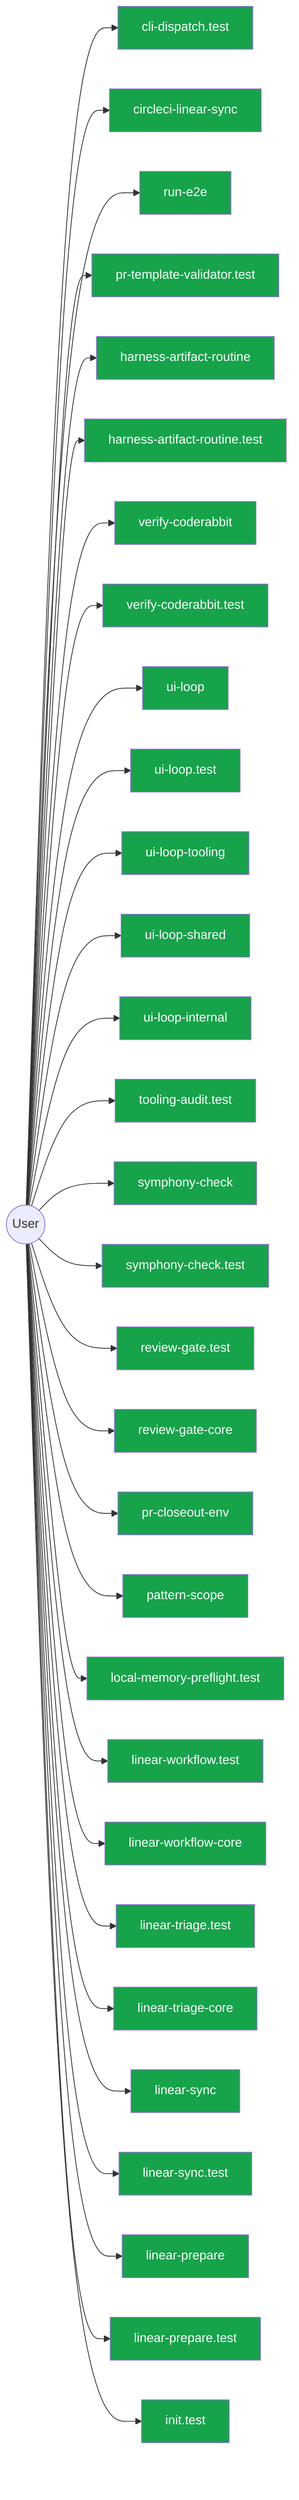
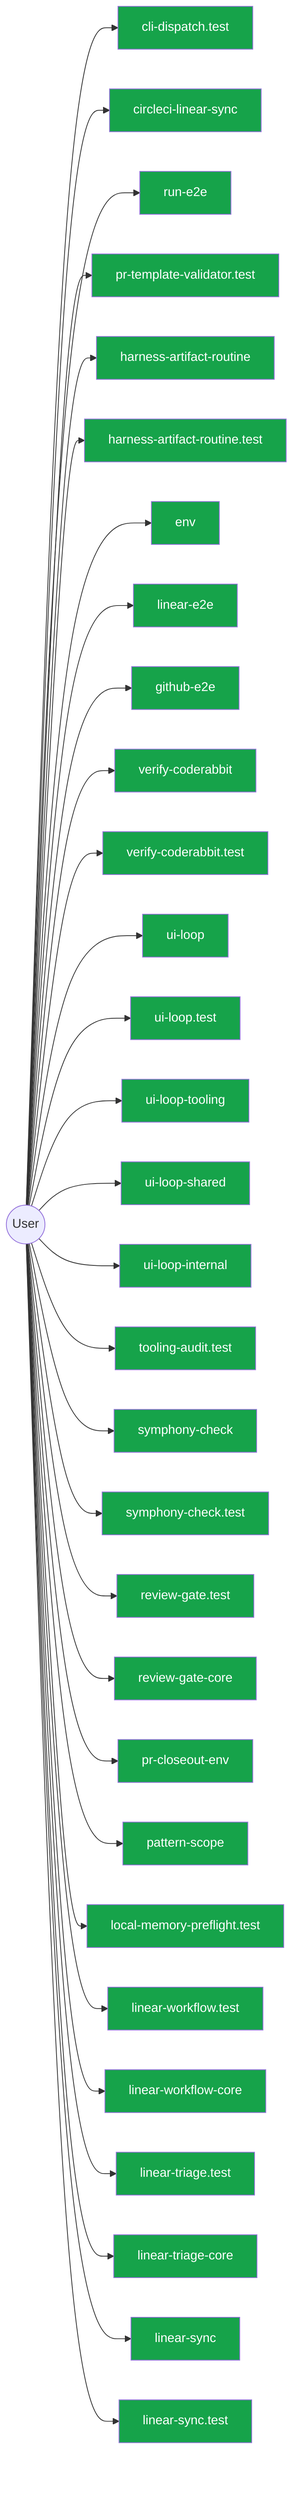
flowchart LR
  User(("User"))
  cli_dispatch_test_54c9f17b["cli-dispatch.test"]
  User --> cli_dispatch_test_54c9f17b
  circleci_linear_sync_19c0d6da["circleci-linear-sync"]
  User --> circleci_linear_sync_19c0d6da
  run_e2e_39efe696["run-e2e"]
  User --> run_e2e_39efe696
  pr_template_validator_test_569b1cef["pr-template-validator.test"]
  User --> pr_template_validator_test_569b1cef
  harness_artifact_routine_17afacff["harness-artifact-routine"]
  User --> harness_artifact_routine_17afacff
  harness_artifact_routine_test_299f387d["harness-artifact-routine.test"]
  User --> harness_artifact_routine_test_299f387d
+   env_b77349bf["env"]
+   User --> env_b77349bf
+   linear_e2e_decf3708["linear-e2e"]
+   User --> linear_e2e_decf3708
+   github_e2e_2891a341["github-e2e"]
+   User --> github_e2e_2891a341
  verify_coderabbit_490b4e71["verify-coderabbit"]
  User --> verify_coderabbit_490b4e71
  verify_coderabbit_test_46cfcf29["verify-coderabbit.test"]
  User --> verify_coderabbit_test_46cfcf29
  ui_loop_11660889["ui-loop"]
  User --> ui_loop_11660889
  ui_loop_test_f0eabc42["ui-loop.test"]
  User --> ui_loop_test_f0eabc42
  ui_loop_tooling_12b2d2c7["ui-loop-tooling"]
  User --> ui_loop_tooling_12b2d2c7
  ui_loop_shared_8c83b841["ui-loop-shared"]
  User --> ui_loop_shared_8c83b841
  ui_loop_internal_f2eb8892["ui-loop-internal"]
  User --> ui_loop_internal_f2eb8892
  tooling_audit_test_d2aee28c["tooling-audit.test"]
  User --> tooling_audit_test_d2aee28c
  symphony_check_e97f2ea0["symphony-check"]
  User --> symphony_check_e97f2ea0
  symphony_check_test_6cb33eb2["symphony-check.test"]
  User --> symphony_check_test_6cb33eb2
  review_gate_test_000e2ed6["review-gate.test"]
  User --> review_gate_test_000e2ed6
  review_gate_core_4c8001f9["review-gate-core"]
  User --> review_gate_core_4c8001f9
  pr_closeout_env_9bfcd9ef["pr-closeout-env"]
  User --> pr_closeout_env_9bfcd9ef
  pattern_scope_61ff946d["pattern-scope"]
  User --> pattern_scope_61ff946d
  local_memory_preflight_test_5e323bbf["local-memory-preflight.test"]
  User --> local_memory_preflight_test_5e323bbf
  linear_workflow_test_a351dcb0["linear-workflow.test"]
  User --> linear_workflow_test_a351dcb0
  linear_workflow_core_0e19cff4["linear-workflow-core"]
  User --> linear_workflow_core_0e19cff4
  linear_triage_test_1b75a8b8["linear-triage.test"]
  User --> linear_triage_test_1b75a8b8
  linear_triage_core_7cbca73e["linear-triage-core"]
  User --> linear_triage_core_7cbca73e
  linear_sync_a2fa2bf7["linear-sync"]
  User --> linear_sync_a2fa2bf7
  linear_sync_test_da1e1eab["linear-sync.test"]
  User --> linear_sync_test_da1e1eab
-   linear_prepare_0c613ba6["linear-prepare"]
-   User --> linear_prepare_0c613ba6
-   linear_prepare_test_678f11a9["linear-prepare.test"]
-   User --> linear_prepare_test_678f11a9
-   init_test_cbba76a6["init.test"]
-   User --> init_test_cbba76a6
  classDef userNode fill:#16a34a,color:#fff
-   class cli_dispatch_test_54c9f17b,circleci_linear_sync_19c0d6da,run_e2e_39efe696,pr_template_validator_test_569b1cef,harness_artifact_routine_17afacff,harness_artifact_routine_test_299f387d,verify_coderabbit_490b4e71,verify_coderabbit_test_46cfcf29,ui_loop_11660889,ui_loop_test_f0eabc42,ui_loop_tooling_12b2d2c7,ui_loop_shared_8c83b841,ui_loop_internal_f2eb8892,tooling_audit_test_d2aee28c,symphony_check_e97f2ea0,symphony_check_test_6cb33eb2,review_gate_test_000e2ed6,review_gate_core_4c8001f9,pr_closeout_env_9bfcd9ef,pattern_scope_61ff946d,local_memory_preflight_test_5e323bbf,linear_workflow_test_a351dcb0,linear_workflow_core_0e19cff4,linear_triage_test_1b75a8b8,linear_triage_core_7cbca73e,linear_sync_a2fa2bf7,linear_sync_test_da1e1eab,linear_prepare_0c613ba6,linear_prepare_test_678f11a9,init_test_cbba76a6 userNode
+   class cli_dispatch_test_54c9f17b,circleci_linear_sync_19c0d6da,run_e2e_39efe696,pr_template_validator_test_569b1cef,harness_artifact_routine_17afacff,harness_artifact_routine_test_299f387d,env_b77349bf,linear_e2e_decf3708,github_e2e_2891a341,verify_coderabbit_490b4e71,verify_coderabbit_test_46cfcf29,ui_loop_11660889,ui_loop_test_f0eabc42,ui_loop_tooling_12b2d2c7,ui_loop_shared_8c83b841,ui_loop_internal_f2eb8892,tooling_audit_test_d2aee28c,symphony_check_e97f2ea0,symphony_check_test_6cb33eb2,review_gate_test_000e2ed6,review_gate_core_4c8001f9,pr_closeout_env_9bfcd9ef,pattern_scope_61ff946d,local_memory_preflight_test_5e323bbf,linear_workflow_test_a351dcb0,linear_workflow_core_0e19cff4,linear_triage_test_1b75a8b8,linear_triage_core_7cbca73e,linear_sync_a2fa2bf7,linear_sync_test_da1e1eab userNode
